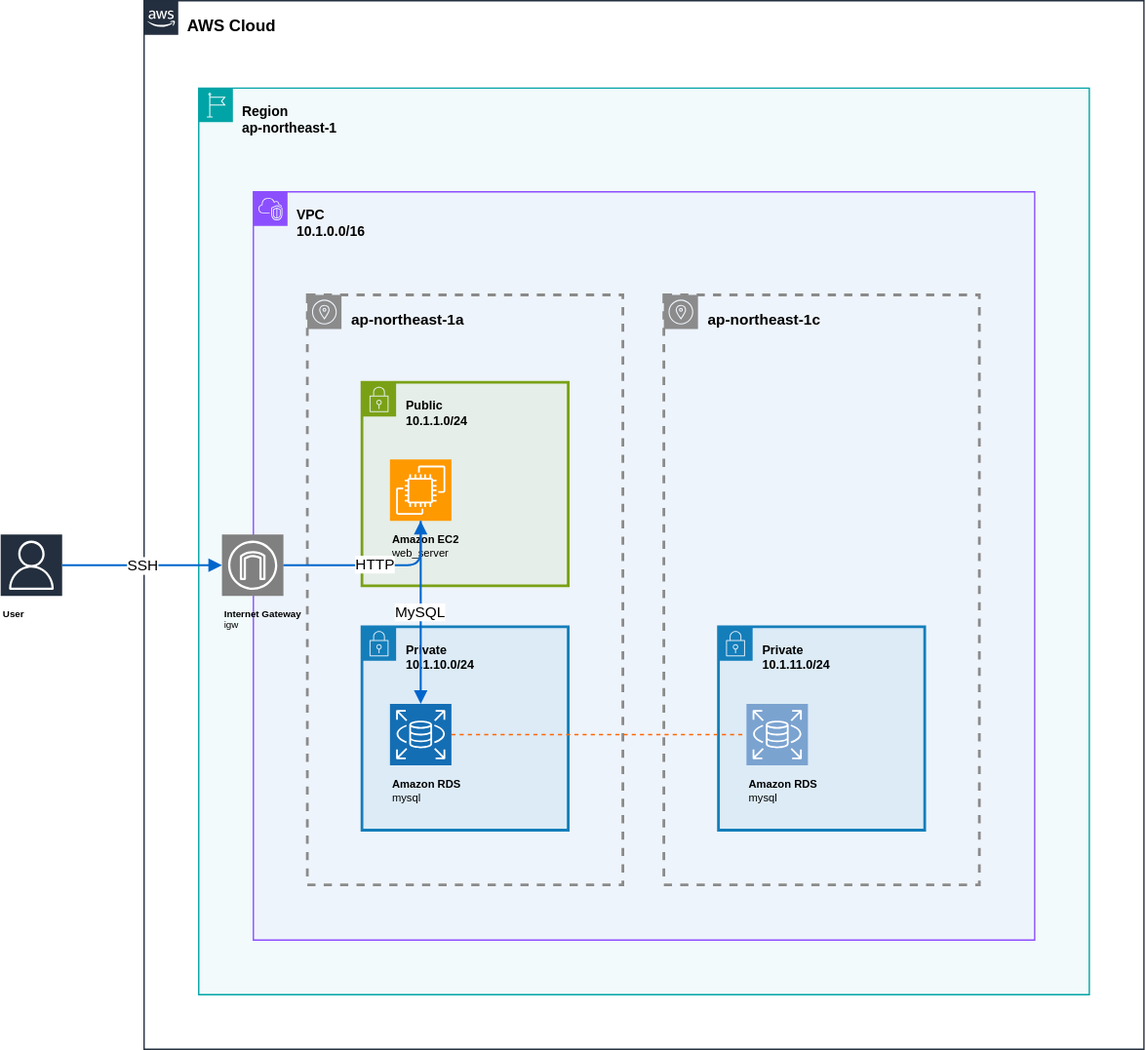
Above: architecture.svg in iigtn/aws-2tier-portfolio (draw.io), before the change. Source tidied: cells renumbered, new cells last; positions are measured from the earlier drawing's top-left corner, leaving out a move shared by most shapes. Source of this version:
```xml
<mxGraphModel>
  <root>
    <mxCell id="0" />
    <mxCell id="1" parent="0" />
    <mxCell id="2" value="&lt;b&gt;AWS Cloud&lt;/b&gt;" style="html=1;whiteSpace=wrap;shape=mxgraph.aws4.group;grStroke=1;fillColor=none;strokeColor=#232F3E;align=left;verticalAlign=top;spacingLeft=30;spacingTop=5;fillColor=none;grIcon=mxgraph.aws4.group_aws_cloud_alt;fontSize=12;fontStyle=1;" parent="1" vertex="1">
      <mxGeometry x="105" width="732" height="768" as="geometry" />
    </mxCell>
    <mxCell id="3" value="&lt;b&gt;Region&lt;/b&gt;&lt;br/&gt;ap-northeast-1" style="html=1;whiteSpace=wrap;shape=mxgraph.aws4.group;grStroke=1;fillColor=none;strokeColor=#00A4A6;align=left;verticalAlign=top;spacingLeft=30;spacingTop=5;fillColor=rgba(0,164,166,0.05);grIcon=mxgraph.aws4.group_region;fontSize=10;fontStyle=1;" parent="2" vertex="1">
      <mxGeometry x="40" y="64" width="652" height="664" as="geometry" />
    </mxCell>
    <mxCell id="4" value="&lt;b&gt;VPC&lt;/b&gt;&lt;br/&gt;10.1.0.0/16" style="html=1;whiteSpace=wrap;shape=mxgraph.aws4.group;grStroke=1;fillColor=none;strokeColor=#8C4FFF;align=left;verticalAlign=top;spacingLeft=30;spacingTop=5;fillColor=rgba(140,79,255,0.03);grIcon=mxgraph.aws4.group_vpc2;fontSize=10;fontStyle=1;" parent="3" vertex="1">
      <mxGeometry x="40" y="76" width="572" height="548" as="geometry" />
    </mxCell>
    <mxCell id="5" value="&lt;b&gt;ap-northeast-1a&lt;/b&gt;" style="html=1;whiteSpace=wrap;shape=mxgraph.aws4.group;grStroke=1;fillColor=none;strokeColor=#8B8B8B;align=left;verticalAlign=top;spacingLeft=30;spacingTop=5;fillColor=none;grIcon=mxgraph.aws4.group_availability_zone;fontSize=11;fontStyle=1;dashed=1;strokeWidth=2;" parent="4" vertex="1">
      <mxGeometry x="40" y="76" width="231" height="432" as="geometry" />
    </mxCell>
    <mxCell id="6" value="&lt;b&gt;Public&lt;/b&gt;&lt;br/&gt;10.1.1.0/24" style="html=1;whiteSpace=wrap;shape=mxgraph.aws4.group;grStroke=1;fillColor=none;strokeColor=#7AA116;align=left;verticalAlign=top;spacingLeft=30;spacingTop=5;fillColor=rgba(122,161,22,0.08);grIcon=mxgraph.aws4.group_security_group;fontSize=9;fontStyle=1;strokeWidth=2;" parent="5" vertex="1">
      <mxGeometry x="40" y="64" width="151" height="149" as="geometry" />
    </mxCell>
    <mxCell id="7" style="outlineConnect=0;fontColor=#232F3E;gradientColor=none;strokeColor=#FFFFFF;strokeWidth=1.5;fillColor=#FF9900;html=1;fontSize=8;shape=mxgraph.aws4.resourceIcon;resIcon=mxgraph.aws4.ec2;" parent="6" vertex="1">
      <mxGeometry x="20" y="56" width="45" height="45" as="geometry" />
    </mxCell>
    <mxCell id="8" value="&lt;b&gt;Amazon EC2&lt;/b&gt;&lt;br/&gt;web_server" style="html=1;whiteSpace=nowrap;fontSize=8;fontStyle=0;align=left;verticalAlign=top;strokeColor=none;fillColor=none;labelBackgroundColor=none;" parent="6" vertex="1">
      <mxGeometry x="20" y="104" width="104" height="11" as="geometry" />
    </mxCell>
    <mxCell id="9" value="&lt;b&gt;Private&lt;/b&gt;&lt;br/&gt;10.1.10.0/24" style="html=1;whiteSpace=wrap;shape=mxgraph.aws4.group;grStroke=1;fillColor=none;strokeColor=#147EBA;align=left;verticalAlign=top;spacingLeft=30;spacingTop=5;fillColor=rgba(20,126,186,0.08);grIcon=mxgraph.aws4.group_security_group;fontSize=9;fontStyle=1;strokeWidth=2;" parent="5" vertex="1">
      <mxGeometry x="40" y="243" width="151" height="149" as="geometry" />
    </mxCell>
    <mxCell id="10" style="outlineConnect=0;fontColor=#232F3E;gradientColor=none;strokeColor=#FFFFFF;strokeWidth=1.5;fillColor=#146EB4;html=1;fontSize=8;shape=mxgraph.aws4.resourceIcon;resIcon=mxgraph.aws4.rds;" parent="9" vertex="1">
      <mxGeometry x="20" y="56" width="45" height="45" as="geometry" />
    </mxCell>
    <mxCell id="11" value="&lt;b&gt;Amazon RDS&lt;/b&gt;&lt;br/&gt;mysql" style="html=1;whiteSpace=nowrap;fontSize=8;fontStyle=0;align=left;verticalAlign=top;strokeColor=none;fillColor=none;labelBackgroundColor=none;" parent="9" vertex="1">
      <mxGeometry x="20" y="104" width="78" height="11" as="geometry" />
    </mxCell>
    <mxCell id="12" value="&lt;b&gt;ap-northeast-1c&lt;/b&gt;" style="html=1;whiteSpace=wrap;shape=mxgraph.aws4.group;grStroke=1;fillColor=none;strokeColor=#8B8B8B;align=left;verticalAlign=top;spacingLeft=30;spacingTop=5;fillColor=none;grIcon=mxgraph.aws4.group_availability_zone;fontSize=11;fontStyle=1;dashed=1;strokeWidth=2;" parent="4" vertex="1">
      <mxGeometry x="301" y="76" width="231" height="432" as="geometry" />
    </mxCell>
    <mxCell id="13" value="&lt;b&gt;Private&lt;/b&gt;&lt;br/&gt;10.1.11.0/24" style="html=1;whiteSpace=wrap;shape=mxgraph.aws4.group;grStroke=1;fillColor=none;strokeColor=#147EBA;align=left;verticalAlign=top;spacingLeft=30;spacingTop=5;fillColor=rgba(20,126,186,0.08);grIcon=mxgraph.aws4.group_security_group;fontSize=9;fontStyle=1;strokeWidth=2;" parent="12" vertex="1">
      <mxGeometry x="40" y="243" width="151" height="149" as="geometry" />
    </mxCell>
    <mxCell id="14" style="outlineConnect=0;fontColor=#232F3E;gradientColor=none;strokeColor=#FFFFFF;strokeWidth=1.5;fillColor=#7BA3D0;html=1;fontSize=8;shape=mxgraph.aws4.resourceIcon;resIcon=mxgraph.aws4.rds;" parent="13" vertex="1">
      <mxGeometry x="20" y="56" width="45" height="45" as="geometry" />
    </mxCell>
    <mxCell id="15" value="&lt;b&gt;Amazon RDS&lt;/b&gt;&lt;br/&gt;mysql" style="html=1;whiteSpace=nowrap;fontSize=8;fontStyle=0;align=left;verticalAlign=top;strokeColor=none;fillColor=none;labelBackgroundColor=none;" parent="13" vertex="1">
      <mxGeometry x="20" y="104" width="78" height="11" as="geometry" />
    </mxCell>
    <mxCell id="16" style="outlineConnect=0;fontColor=#232F3E;gradientColor=none;strokeColor=#FFFFFF;strokeWidth=1.5;fillColor=#808080;html=1;fontSize=8;shape=mxgraph.aws4.resourceIcon;resIcon=mxgraph.aws4.internet_gateway;" parent="1" vertex="1">
      <mxGeometry x="162" y="391" width="45" height="45" as="geometry" />
    </mxCell>
    <mxCell id="17" value="&lt;b&gt;Internet Gateway&lt;/b&gt;&lt;br/&gt;igw" style="html=1;whiteSpace=nowrap;fontSize=7;fontStyle=0;align=left;verticalAlign=top;strokeColor=none;fillColor=none;labelBackgroundColor=none;" parent="1" vertex="1">
      <mxGeometry x="162" y="439" width="86" height="9" as="geometry" />
    </mxCell>
    <mxCell id="18" style="outlineConnect=0;fontColor=#232F3E;gradientColor=none;strokeColor=#FFFFFF;strokeWidth=1.5;fillColor=#232F3E;html=1;fontSize=8;shape=mxgraph.aws4.resourceIcon;resIcon=mxgraph.aws4.user;" parent="1" vertex="1">
      <mxGeometry y="391" width="45" height="45" as="geometry" />
    </mxCell>
    <mxCell id="19" value="&lt;b&gt;User&lt;/b&gt;" style="html=1;whiteSpace=nowrap;fontSize=7;fontStyle=0;align=left;verticalAlign=top;strokeColor=none;fillColor=none;labelBackgroundColor=none;" parent="1" vertex="1">
      <mxGeometry y="439" width="18" height="9" as="geometry" />
    </mxCell>
    <mxCell id="20" value="SSH" style="edgeStyle=orthogonalEdgeStyle;html=1;rounded=1;strokeColor=#0066CC;strokeWidth=1.5;dashed=0;endArrow=block;endFill=1;" parent="1" edge="1" source="18" target="16">
      <mxGeometry relative="1" as="geometry" />
    </mxCell>
    <mxCell id="21" value="MySQL" style="edgeStyle=orthogonalEdgeStyle;html=1;rounded=1;strokeColor=#0066CC;strokeWidth=1.5;dashed=0;endArrow=block;endFill=1;" parent="1" edge="1" source="7" target="10">
      <mxGeometry relative="1" as="geometry" />
    </mxCell>
    <mxCell id="22" value="HTTP" style="edgeStyle=orthogonalEdgeStyle;html=1;rounded=1;strokeColor=#0066CC;strokeWidth=1.5;dashed=0;endArrow=block;endFill=1;" parent="1" edge="1" source="16" target="7">
      <mxGeometry relative="1" as="geometry" />
    </mxCell>
    <mxCell id="23" style="edgeStyle=orthogonalEdgeStyle;html=1;rounded=1;strokeColor=#FF6600;strokeWidth=1.0;dashed=1;endArrow=none;" parent="1" edge="1" source="10" target="14">
      <mxGeometry relative="1" as="geometry" />
    </mxCell>
  </root>
</mxGraphModel>
```
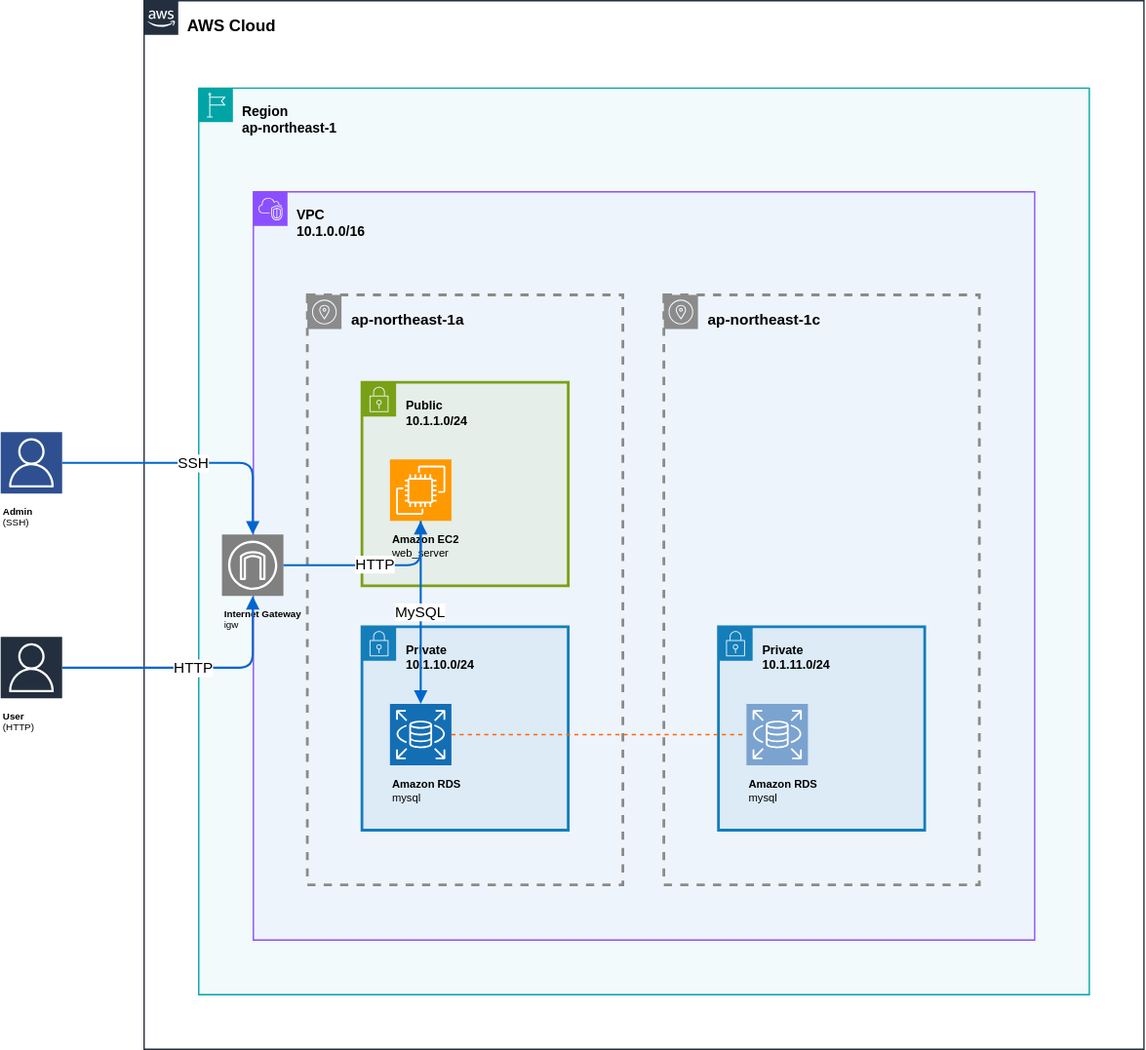
After the commit.

What changed in the source:
```diff
@@ -29,9 +29,9 @@
     <mxCell id="10" style="outlineConnect=0;fontColor=#232F3E;gradientColor=none;strokeColor=#FFFFFF;strokeWidth=1.5;fillColor=#146EB4;html=1;fontSize=8;shape=mxgraph.aws4.resourceIcon;resIcon=mxgraph.aws4.rds;" parent="9" vertex="1">
       <mxGeometry x="20" y="56" width="45" height="45" as="geometry" />
     </mxCell>
-    <mxCell id="11" value="&lt;b&gt;Amazon RDS&lt;/b&gt;&lt;br/&gt;mysql" style="html=1;whiteSpace=nowrap;fontSize=8;fontStyle=0;align=left;verticalAlign=top;strokeColor=none;fillColor=none;labelBackgroundColor=none;" parent="9" vertex="1">
-      <mxGeometry x="20" y="104" width="78" height="11" as="geometry" />
-    </mxCell>
+    <mxCell id="24" value="&lt;b&gt;Amazon RDS&lt;/b&gt;&lt;br/&gt;mysql" style="html=1;whiteSpace=nowrap;fontSize=8;fontStyle=0;align=left;verticalAlign=top;strokeColor=none;fillColor=none;labelBackgroundColor=none;" parent="9" vertex="1">
+      <mxGeometry x="20" y="104" width="78" height="11" as="geometry" />
+    </mxCell>
     <mxCell id="12" value="&lt;b&gt;ap-northeast-1c&lt;/b&gt;" style="html=1;whiteSpace=wrap;shape=mxgraph.aws4.group;grStroke=1;fillColor=none;strokeColor=#8B8B8B;align=left;verticalAlign=top;spacingLeft=30;spacingTop=5;fillColor=none;grIcon=mxgraph.aws4.group_availability_zone;fontSize=11;fontStyle=1;dashed=1;strokeWidth=2;" parent="4" vertex="1">
       <mxGeometry x="301" y="76" width="231" height="432" as="geometry" />
     </mxCell>
@@ -41,24 +41,33 @@
     <mxCell id="14" style="outlineConnect=0;fontColor=#232F3E;gradientColor=none;strokeColor=#FFFFFF;strokeWidth=1.5;fillColor=#7BA3D0;html=1;fontSize=8;shape=mxgraph.aws4.resourceIcon;resIcon=mxgraph.aws4.rds;" parent="13" vertex="1">
       <mxGeometry x="20" y="56" width="45" height="45" as="geometry" />
     </mxCell>
-    <mxCell id="15" value="&lt;b&gt;Amazon RDS&lt;/b&gt;&lt;br/&gt;mysql" style="html=1;whiteSpace=nowrap;fontSize=8;fontStyle=0;align=left;verticalAlign=top;strokeColor=none;fillColor=none;labelBackgroundColor=none;" parent="13" vertex="1">
-      <mxGeometry x="20" y="104" width="78" height="11" as="geometry" />
-    </mxCell>
+    <mxCell id="25" value="&lt;b&gt;Amazon RDS&lt;/b&gt;&lt;br/&gt;mysql" style="html=1;whiteSpace=nowrap;fontSize=8;fontStyle=0;align=left;verticalAlign=top;strokeColor=none;fillColor=none;labelBackgroundColor=none;" parent="13" vertex="1">
+      <mxGeometry x="20" y="104" width="78" height="11" as="geometry" />
+    </mxCell>
     <mxCell id="16" style="outlineConnect=0;fontColor=#232F3E;gradientColor=none;strokeColor=#FFFFFF;strokeWidth=1.5;fillColor=#808080;html=1;fontSize=8;shape=mxgraph.aws4.resourceIcon;resIcon=mxgraph.aws4.internet_gateway;" parent="1" vertex="1">
       <mxGeometry x="162" y="391" width="45" height="45" as="geometry" />
     </mxCell>
     <mxCell id="17" value="&lt;b&gt;Internet Gateway&lt;/b&gt;&lt;br/&gt;igw" style="html=1;whiteSpace=nowrap;fontSize=7;fontStyle=0;align=left;verticalAlign=top;strokeColor=none;fillColor=none;labelBackgroundColor=none;" parent="1" vertex="1">
       <mxGeometry x="162" y="439" width="86" height="9" as="geometry" />
     </mxCell>
-    <mxCell id="18" style="outlineConnect=0;fontColor=#232F3E;gradientColor=none;strokeColor=#FFFFFF;strokeWidth=1.5;fillColor=#232F3E;html=1;fontSize=8;shape=mxgraph.aws4.resourceIcon;resIcon=mxgraph.aws4.user;" parent="1" vertex="1">
-      <mxGeometry y="391" width="45" height="45" as="geometry" />
-    </mxCell>
-    <mxCell id="19" value="&lt;b&gt;User&lt;/b&gt;" style="html=1;whiteSpace=nowrap;fontSize=7;fontStyle=0;align=left;verticalAlign=top;strokeColor=none;fillColor=none;labelBackgroundColor=none;" parent="1" vertex="1">
-      <mxGeometry y="439" width="18" height="9" as="geometry" />
-    </mxCell>
+    <mxCell id="26" style="outlineConnect=0;fontColor=#232F3E;gradientColor=none;strokeColor=#FFFFFF;strokeWidth=1.5;fillColor=#2E5090;html=1;fontSize=8;shape=mxgraph.aws4.resourceIcon;resIcon=mxgraph.aws4.user;" parent="1" vertex="1">
+      <mxGeometry y="316" width="45" height="45" as="geometry" />
+    </mxCell>
+    <mxCell id="27" value="&lt;b&gt;Admin&lt;/b&gt;&lt;br/&gt;(SSH)" style="html=1;whiteSpace=nowrap;fontSize=7;fontStyle=0;align=left;verticalAlign=top;strokeColor=none;fillColor=none;labelBackgroundColor=none;" parent="1" vertex="1">
+      <mxGeometry y="364" width="45" height="9" as="geometry" />
+    </mxCell>
+    <mxCell id="28" style="outlineConnect=0;fontColor=#232F3E;gradientColor=none;strokeColor=#FFFFFF;strokeWidth=1.5;fillColor=#232F3E;html=1;fontSize=8;shape=mxgraph.aws4.resourceIcon;resIcon=mxgraph.aws4.user;" parent="1" vertex="1">
+      <mxGeometry y="466" width="45" height="45" as="geometry" />
+    </mxCell>
+    <mxCell id="29" value="&lt;b&gt;User&lt;/b&gt;&lt;br/&gt;(HTTP)" style="html=1;whiteSpace=nowrap;fontSize=7;fontStyle=0;align=left;verticalAlign=top;strokeColor=none;fillColor=none;labelBackgroundColor=none;" parent="1" vertex="1">
+      <mxGeometry y="514" width="45" height="9" as="geometry" />
+    </mxCell>
-    <mxCell id="20" value="SSH" style="edgeStyle=orthogonalEdgeStyle;html=1;rounded=1;strokeColor=#0066CC;strokeWidth=1.5;dashed=0;endArrow=block;endFill=1;" parent="1" edge="1" source="18" target="16">
+    <mxCell id="20" value="SSH" style="edgeStyle=orthogonalEdgeStyle;html=1;rounded=1;strokeColor=#0066CC;strokeWidth=1.5;dashed=0;endArrow=block;endFill=1;" parent="1" edge="1" source="26" target="16">
       <mxGeometry relative="1" as="geometry" />
     </mxCell>
+    <mxCell id="30" value="HTTP" style="edgeStyle=orthogonalEdgeStyle;html=1;rounded=1;strokeColor=#0066CC;strokeWidth=1.5;dashed=0;endArrow=block;endFill=1;" parent="1" edge="1" source="28" target="16">
+      <mxGeometry relative="1" as="geometry" />
+    </mxCell>
     <mxCell id="21" value="MySQL" style="edgeStyle=orthogonalEdgeStyle;html=1;rounded=1;strokeColor=#0066CC;strokeWidth=1.5;dashed=0;endArrow=block;endFill=1;" parent="1" edge="1" source="7" target="10">
       <mxGeometry relative="1" as="geometry" />
     </mxCell>
```
